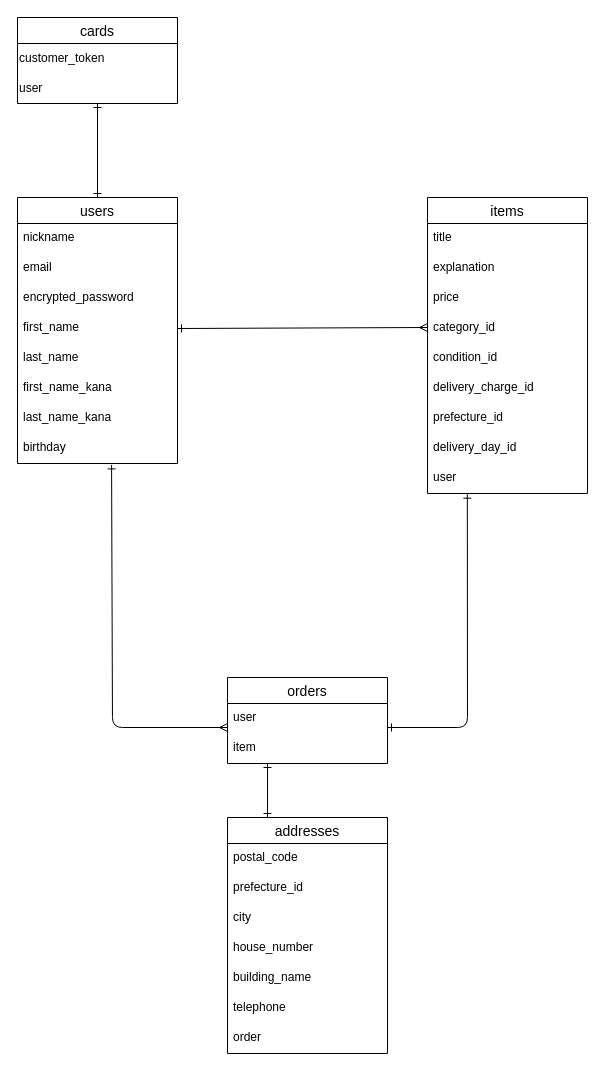
qirpour/furima-39018 keeps this draw.io diagram as ER.dio. Above is the earlier version. Source tidied: cells renumbered, new cells numbered last; positions are measured from the earlier drawing's top-left corner, leaving out a move shared by most shapes. Both pictures are drawn from the tidied source at 100%, with x=0, y=0 at pixel (17, 17).
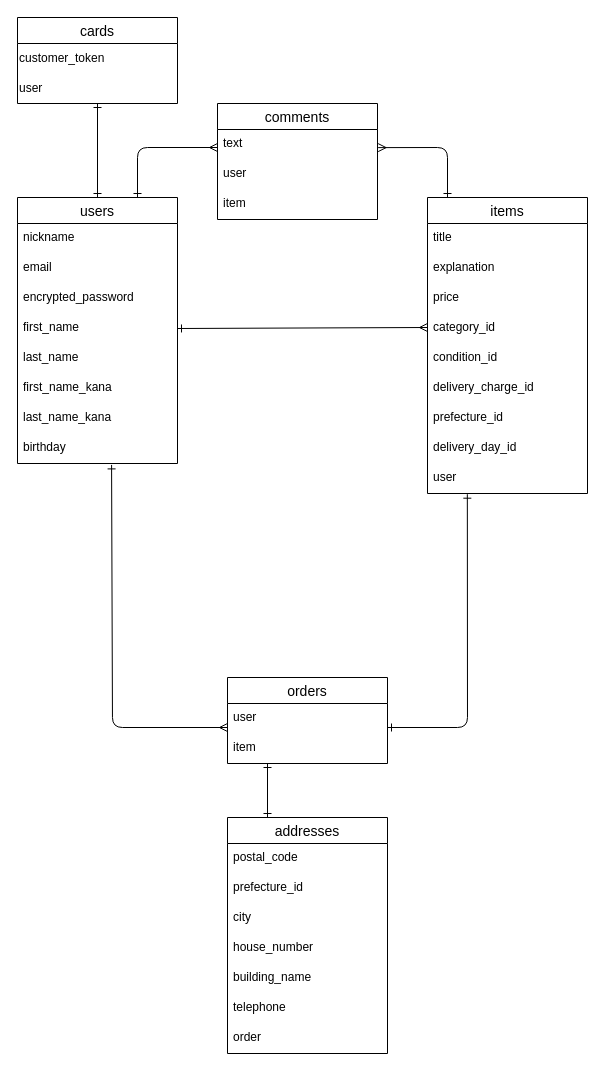
Above is the later version.

Commit message (it also covers changes not shown here):
モデル追加に伴うreadme 修正

Change to the diagram source:
```diff
@@
+    <mxCell id="40" value="comments" style="swimlane;fontStyle=0;horizontal=1;startSize=26;align=center;fontSize=14;" parent="1" vertex="1">
+      <mxGeometry x="200" y="86" width="160" height="116" as="geometry" />
+    </mxCell>
+    <mxCell id="41" value="text" style="text;strokeColor=none;fillColor=none;spacingLeft=4;spacingRight=4;overflow=hidden;points=[[0,0.5],[1,0.5]];portConstraint=eastwest;fontSize=12;" parent="40" vertex="1">
+      <mxGeometry y="26" width="160" height="30" as="geometry" />
+    </mxCell>
+    <mxCell id="42" value="user" style="text;strokeColor=none;fillColor=none;spacingLeft=4;spacingRight=4;overflow=hidden;fontSize=12;" parent="40" vertex="1">
+      <mxGeometry y="56" width="160" height="30" as="geometry" />
+    </mxCell>
+    <mxCell id="43" value="item" style="text;strokeColor=none;fillColor=none;spacingLeft=4;spacingRight=4;overflow=hidden;fontSize=12;" parent="40" vertex="1">
+      <mxGeometry y="86" width="160" height="30" as="geometry" />
+    </mxCell>
+    <mxCell id="44" style="edgeStyle=none;html=1;startArrow=ERone;startFill=0;strokeColor=default;endArrow=ERmany;endFill=0;exitX=0.588;exitY=1.047;exitDx=0;exitDy=0;exitPerimeter=0;" parent="1" edge="1">
+      <mxGeometry relative="1" as="geometry">
+        <mxPoint x="120" y="180" as="sourcePoint" />
+        <mxPoint x="200" y="130" as="targetPoint" />
+        <Array as="points">
+          <mxPoint x="120" y="130" />
+        </Array>
+      </mxGeometry>
+    </mxCell>
+    <mxCell id="45" style="edgeStyle=none;html=1;startArrow=ERone;startFill=0;strokeColor=default;endArrow=ERmany;endFill=0;exitX=0.588;exitY=1.047;exitDx=0;exitDy=0;exitPerimeter=0;entryX=1.004;entryY=0.604;entryDx=0;entryDy=0;entryPerimeter=0;" parent="1" edge="1" target="41">
+      <mxGeometry relative="1" as="geometry">
+        <mxPoint x="430" y="180" as="sourcePoint" />
+        <Array as="points">
+          <mxPoint x="430" y="130" />
+        </Array>
+      </mxGeometry>
+    </mxCell>
```
